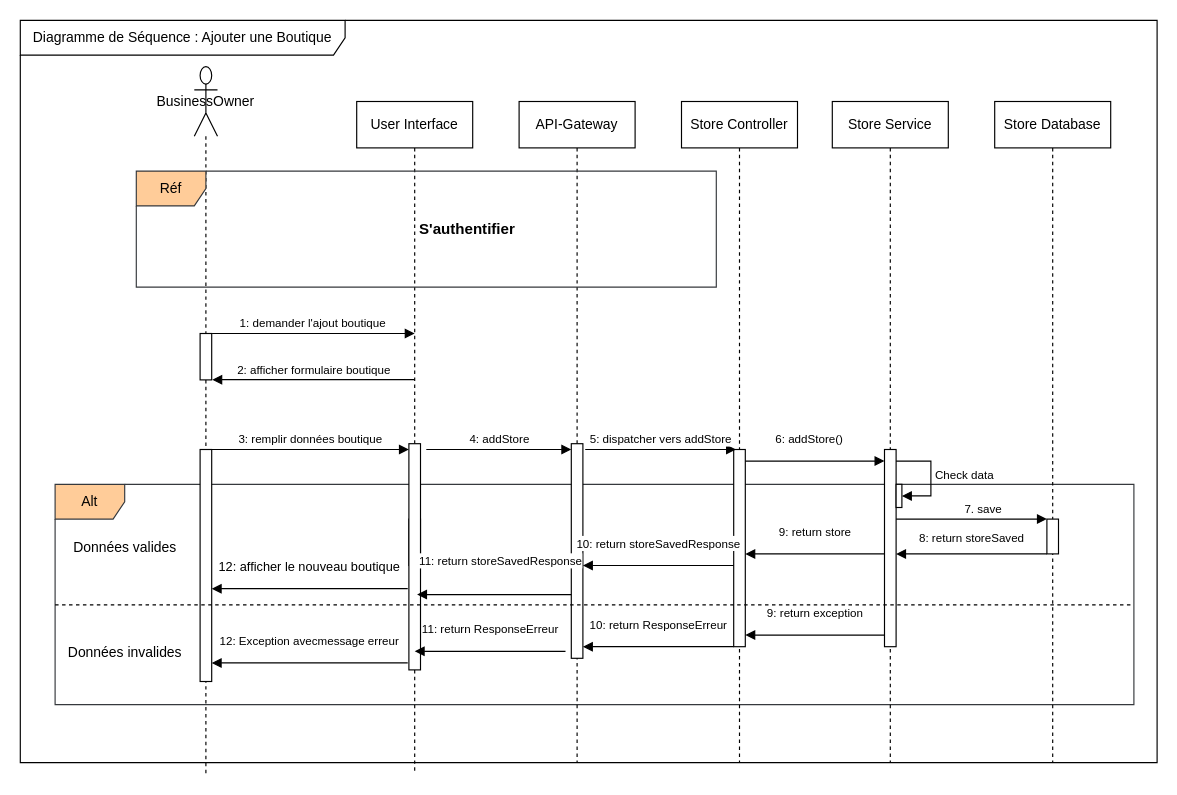
Earlier version of the draw.io diagram ajouter-produit.drawio (amine-elarass49/angular_doc). Source tidied: cells renumbered, new cells numbered last; positions are measured from the earlier drawing's top-left corner, leaving out a move shared by most shapes. Both pictures are drawn from the tidied source at 116%, with x=0, y=0 at pixel (20, 20).
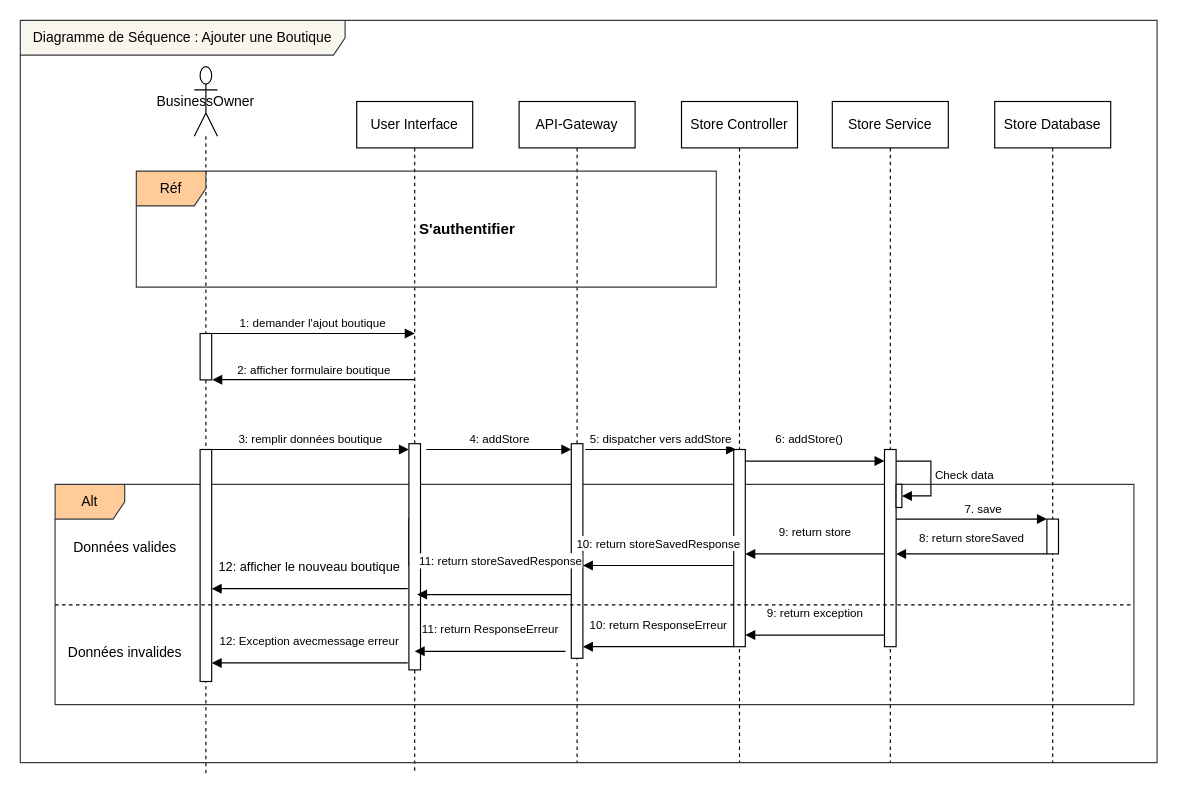
The same page after the edit.

Change to the diagram source:
```diff
@@
-    <mxCell id="40" value="Diagramme de Séquence : Ajouter une Boutique" style="shape=umlFrame;whiteSpace=wrap;html=1;width=280;height=30;" parent="1" vertex="1">
+    <mxCell id="40" value="Diagramme de Séquence : Ajouter une Boutique" style="shape=umlFrame;whiteSpace=wrap;html=1;width=280;height=30;fillColor=#f9f7ed;strokeColor=#36393d;" parent="1" vertex="1">
       <mxGeometry width="980" height="640" as="geometry" />
     </mxCell>
```
